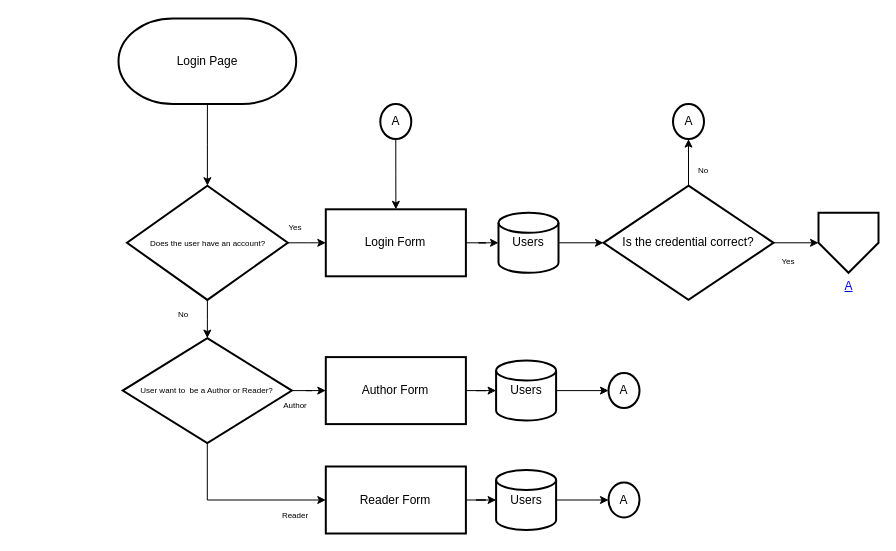
Earlier version of the draw.io diagram page "Login Page" (1 of 4) of simple_blogging_system.drawio (Vhanges/simple-blogging-system). Source tidied: cells renumbered, new cells numbered last; positions are measured from the earlier drawing's top-left corner, leaving out a move shared by most shapes. Both pictures are drawn from the tidied source at 100%, with x=0, y=0 at pixel (118, 18).
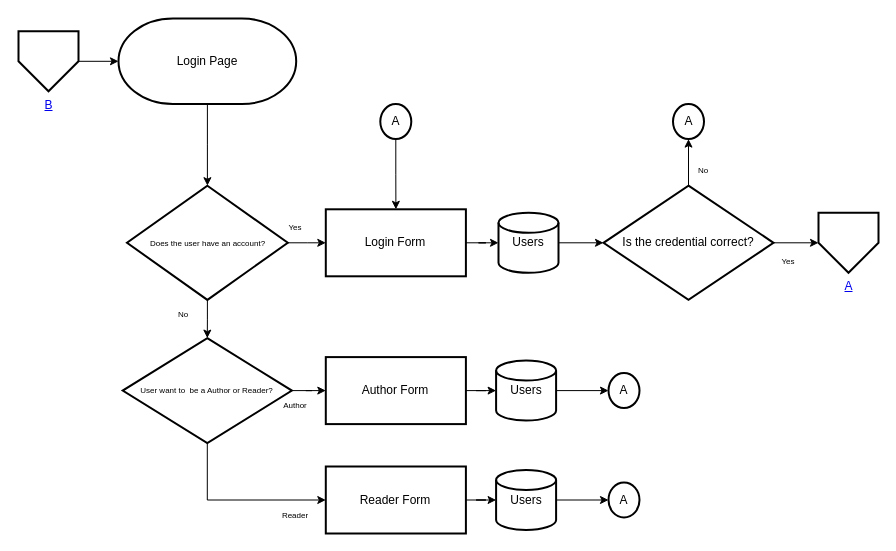
The same diagram, later.

Unchanged cells that the change refers to:
```xml
<mxCell id="3" value="Login Page" style="strokeWidth=2;html=1;shape=mxgraph.flowchart.terminator;whiteSpace=wrap;rounded=0;labelBackgroundColor=none;" parent="1" vertex="1">
  <mxGeometry width="177.7" height="85.6" as="geometry" />
</mxCell>
```

What changed in the source:
```diff
@@
+    <mxCell id="37" style="edgeStyle=orthogonalEdgeStyle;rounded=0;jettySize=auto;html=1;" parent="1" edge="1" source="38" target="3">
+      <mxGeometry relative="1" as="geometry" />
+    </mxCell>
+    <mxCell id="38" value="&lt;a href=&quot;data:page/id,IQn6E6VwJ3_MwkaCUBP-&quot;&gt;B&lt;/a&gt;" style="verticalLabelPosition=bottom;verticalAlign=top;html=1;shape=offPageConnector;rounded=0;size=0.5;strokeWidth=2;labelBackgroundColor=none;" parent="1" vertex="1">
+      <mxGeometry x="-100" y="12.8" width="60" height="60" as="geometry" />
+    </mxCell>
```
